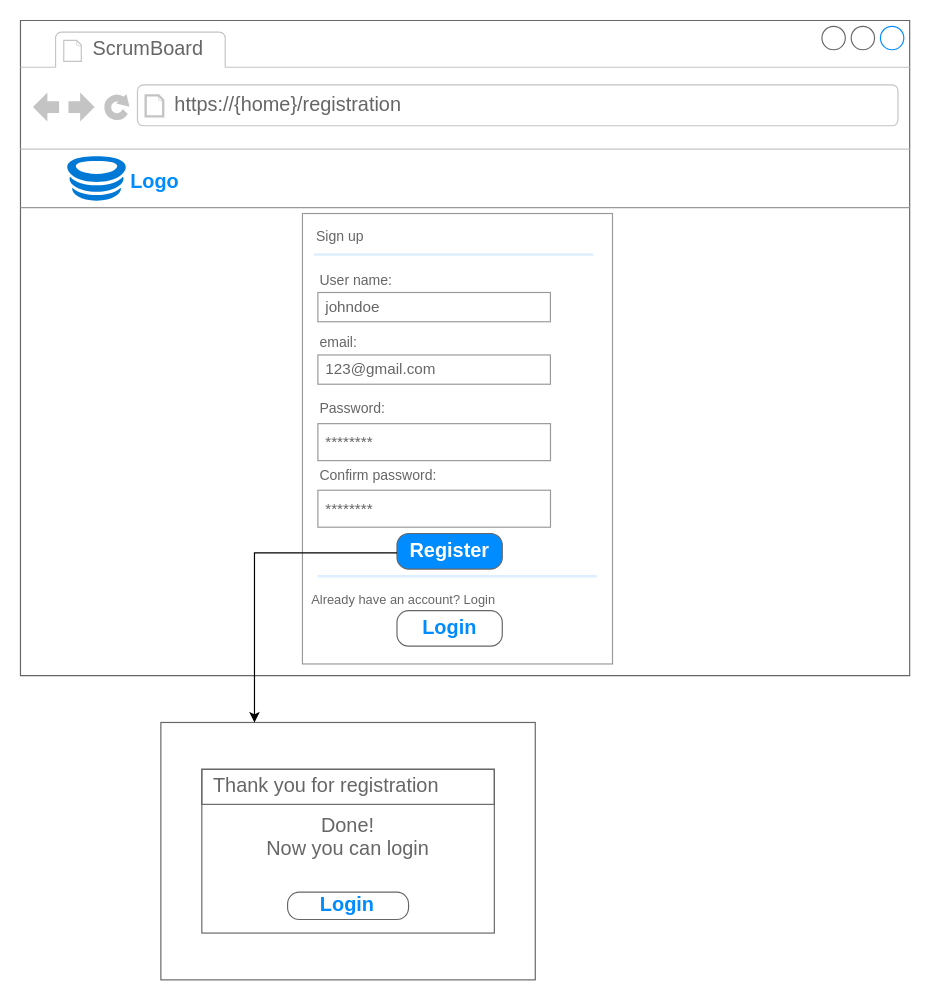
This is page "Mockup_Registration_Page" (3 of 10) of Board_Use_Case_Diagramm.drawio from ololnovolol/ScrumBoardApp, a draw.io file, before an edit. Source tidied: cells renumbered, new cells numbered last; positions are measured from the earlier drawing's top-left corner, leaving out a move shared by most shapes. Both pictures are drawn from the tidied source at 117%, with x=0, y=0 at pixel (20, 20).
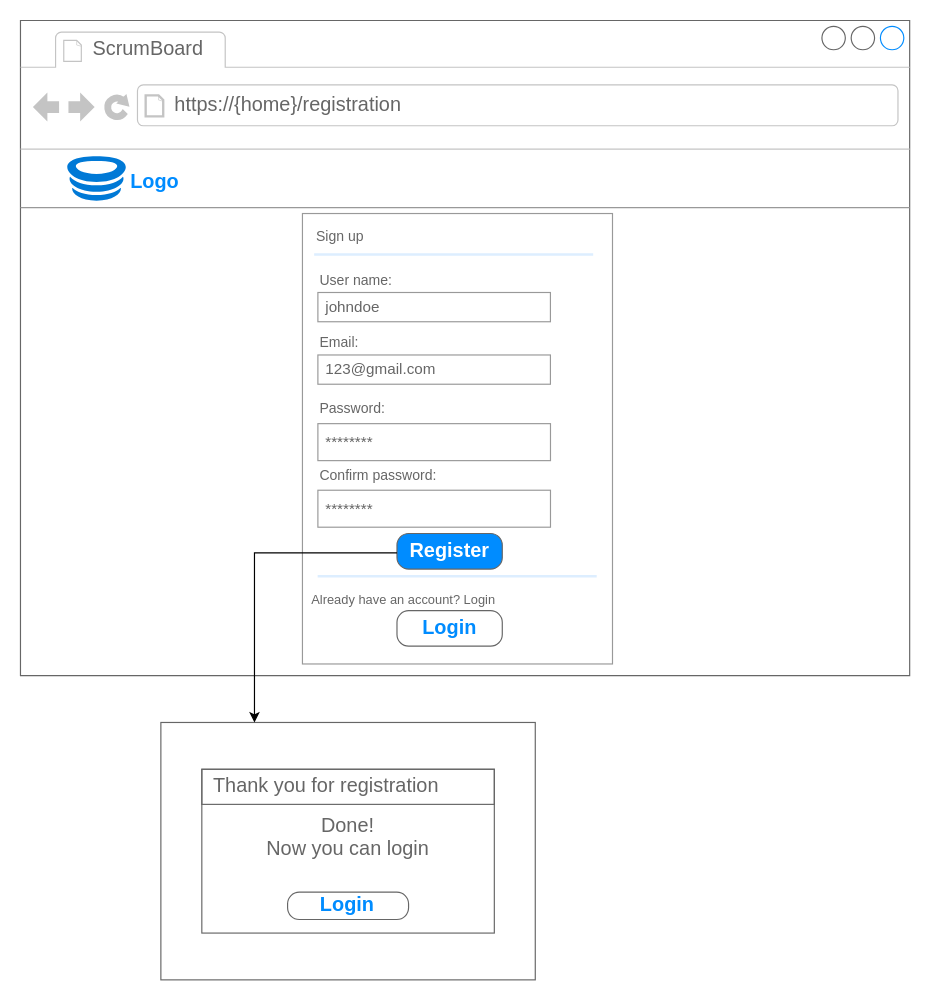
The same diagram, later.

The change refers to these unchanged cells:
```xml
<mxCell id="23" style="group;" parent="14" vertex="1">
  <mxGeometry x="13.2" y="100.9" width="198.8" height="53.4" as="geometry" />
</mxCell>
```

What changed in the source:
```diff
@@
-    <mxCell id="24" value="email:" style="strokeWidth=1;shadow=0;dashed=0;align=center;html=1;shape=mxgraph.mockup.forms.anchor;fontSize=12;fontColor=#666666;align=left;spacingLeft=0;gradientColor=none;" parent="23" vertex="1">
+    <mxCell id="24" value="Email:" style="strokeWidth=1;shadow=0;dashed=0;align=center;html=1;shape=mxgraph.mockup.forms.anchor;fontSize=12;fontColor=#666666;align=left;spacingLeft=0;gradientColor=none;" parent="23" vertex="1">
       <mxGeometry width="132.5" height="20" relative="1" as="geometry" />
     </mxCell>
```
